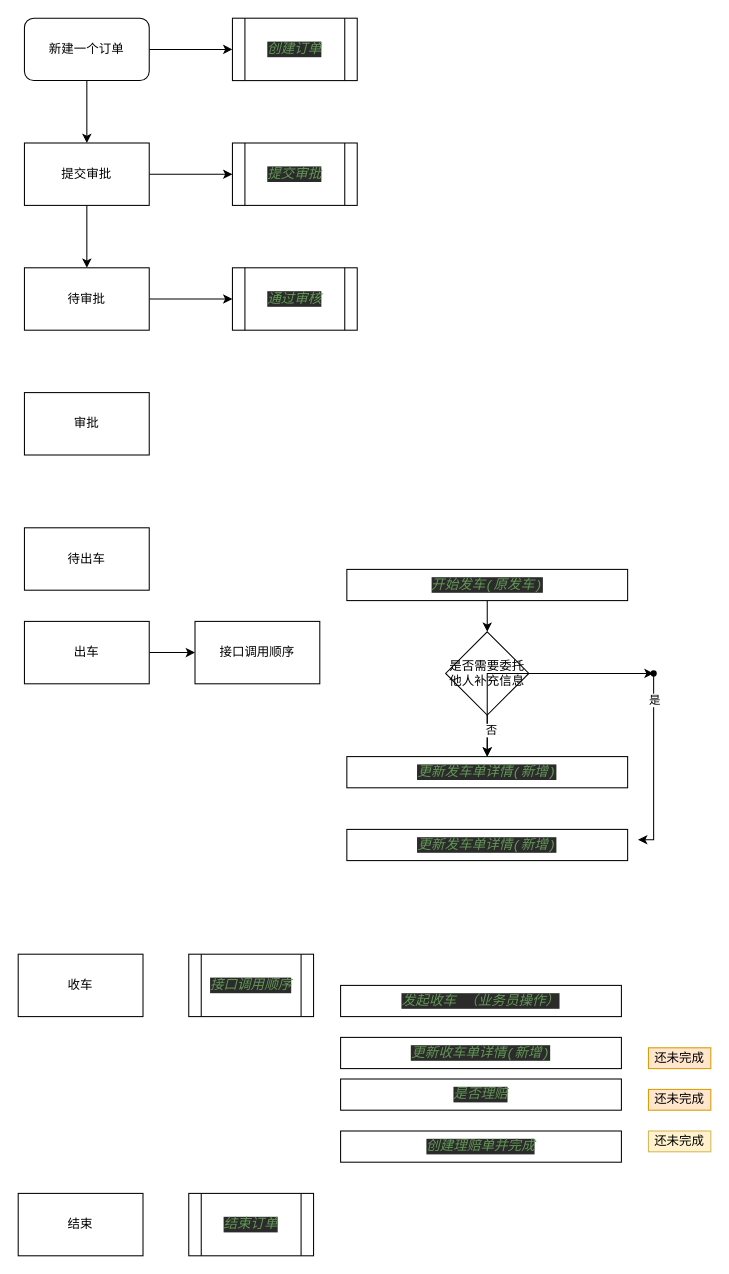
Earlier version of the draw.io diagram Untitled Diagram.drawio (yangrenqing/yangrenqing). Source tidied: cells renumbered, new cells numbered last; positions are measured from the earlier drawing's top-left corner, leaving out a move shared by most shapes. Both pictures are drawn from the tidied source at 104%, with x=0, y=0 at pixel (18, 18).
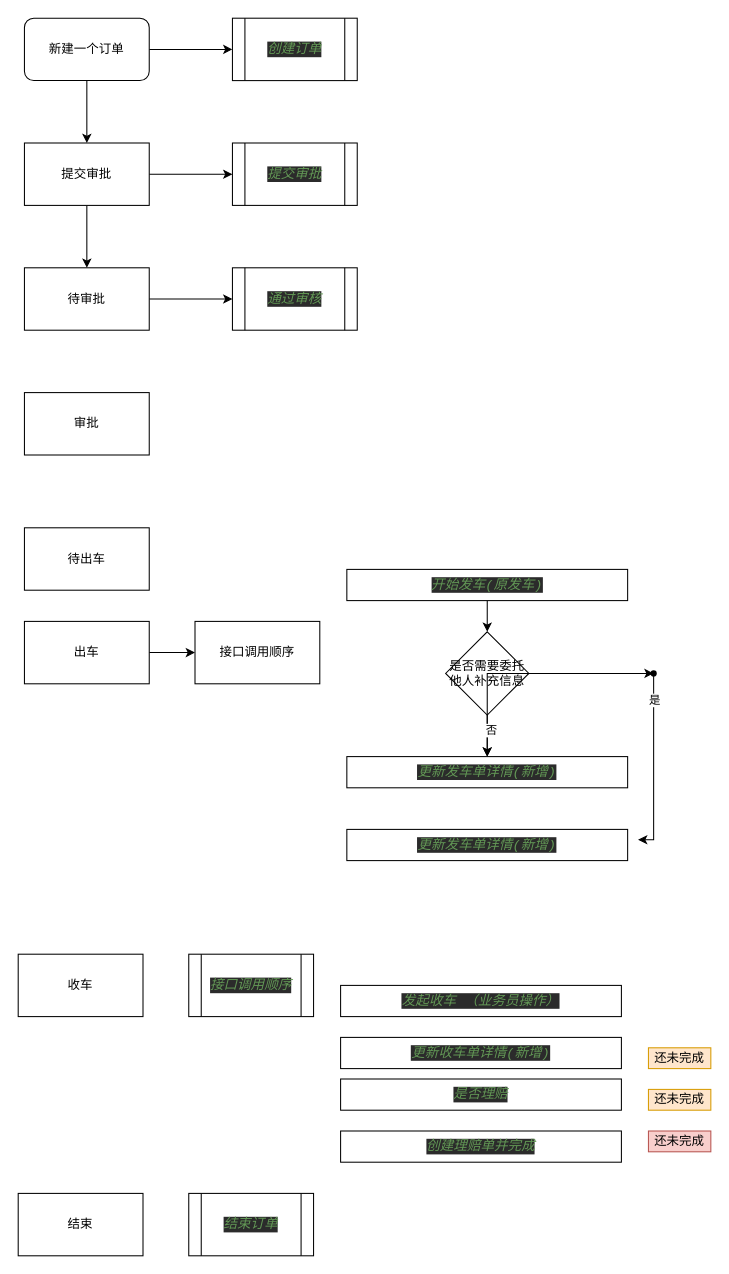
The same page after the edit.

What changed in the source:
```diff
@@
-    <mxCell id="40" value="还未完成" style="text;html=1;strokeColor=#d6b656;fillColor=#fff2cc;align=center;verticalAlign=middle;whiteSpace=wrap;rounded=0;" parent="1" vertex="1">
+    <mxCell id="40" value="还未完成" style="text;html=1;strokeColor=#b85450;fillColor=#f8cecc;align=center;verticalAlign=middle;whiteSpace=wrap;rounded=0;" parent="1" vertex="1">
       <mxGeometry x="606" y="1070" width="60" height="20" as="geometry" />
     </mxCell>
```
